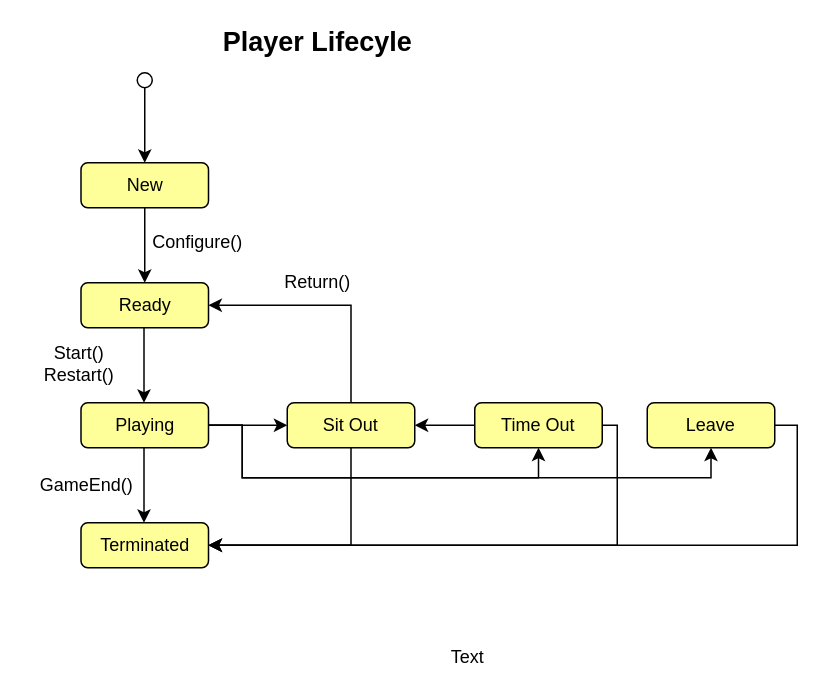
The draw.io diagram page "Player Lifecycle" (2 of 3) of diagrams/EntityLifcycle.drawio in moodaye/pokerIndia, before the edit. Source tidied: cells renumbered, new cells numbered last; positions are measured from the earlier drawing's top-left corner, leaving out a move shared by most shapes. Both pictures are drawn from the tidied source at 150%, with x=0, y=0 at pixel (26, 27).
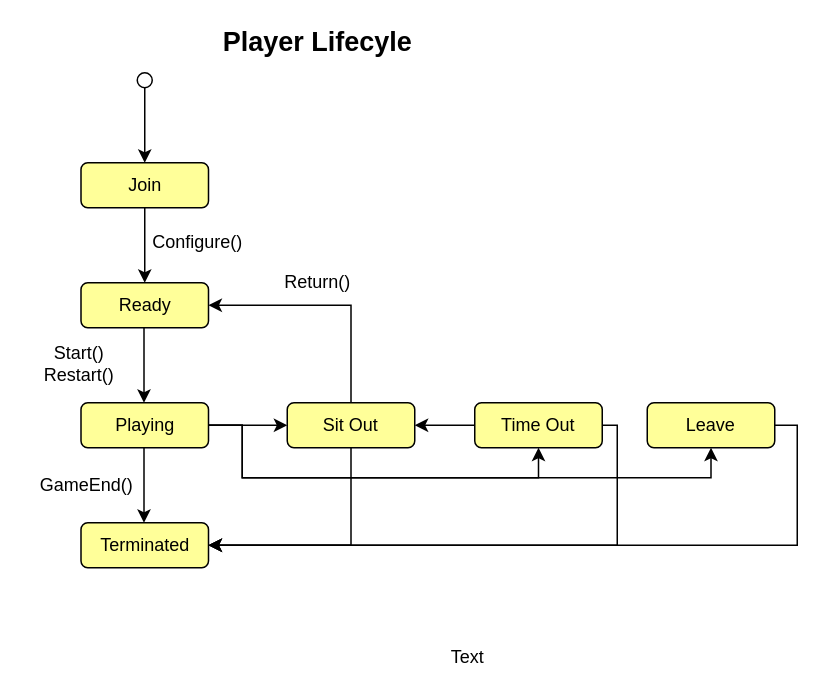
The same diagram, later.

Commit message:
player initial state changed to join from new

Change to the diagram source:
```diff
@@
-    <mxCell id="5" value="New" style="rounded=1;whiteSpace=wrap;html=1;fillColor=#FFFF99;" parent="1" vertex="1">
+    <mxCell id="5" value="Join" style="rounded=1;whiteSpace=wrap;html=1;fillColor=#FFFF99;" parent="1" vertex="1">
       <mxGeometry x="36.5" y="90" width="85" height="30" as="geometry" />
     </mxCell>
```
